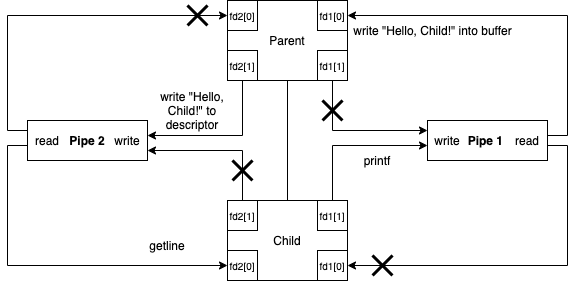
Before: COMS352/Homework2/images/COMS352HW2Q5.png, a diagram exported from draw.io (Legomanalec/Spring2021). Source tidied: cells renumbered, new cells last; positions are measured from the earlier drawing's top-left corner, leaving out a move shared by most shapes.
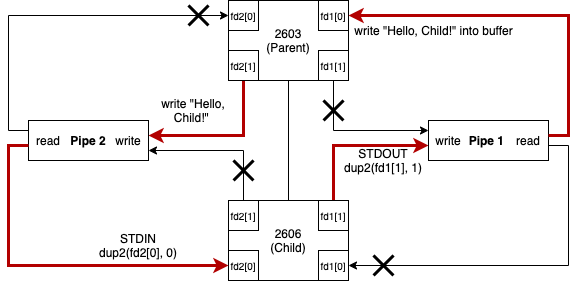
The same diagram one commit later.

Change to the diagram source:
```diff
@@ -2,10 +2,10 @@
   <root>
     <mxCell id="0" />
     <mxCell id="1" parent="0" />
-    <mxCell id="2" value="Parent" style="rounded=0;whiteSpace=wrap;html=1;" parent="1" vertex="1">
+    <mxCell id="2" value="2603&lt;br&gt;(Parent)" style="rounded=0;whiteSpace=wrap;html=1;" parent="1" vertex="1">
       <mxGeometry x="220" width="120" height="80" as="geometry" />
     </mxCell>
-    <mxCell id="3" value="Child" style="rounded=0;whiteSpace=wrap;html=1;" parent="1" vertex="1">
+    <mxCell id="3" value="2606&lt;br&gt;(Child)" style="rounded=0;whiteSpace=wrap;html=1;" parent="1" vertex="1">
       <mxGeometry x="220" y="200" width="120" height="80" as="geometry" />
     </mxCell>
     <mxCell id="4" style="edgeStyle=orthogonalEdgeStyle;rounded=0;jettySize=auto;html=1;exitX=0.5;exitY=0;exitDx=0;exitDy=0;entryX=1;entryY=0.75;entryDx=0;entryDy=0;" parent="1" edge="1" source="5" target="18">
@@ -18,13 +18,13 @@
     <mxCell id="5" value="&lt;font style=&quot;font-size: 10px&quot;&gt;fd2[1]&lt;/font&gt;" style="whiteSpace=wrap;html=1;" parent="1" vertex="1">
       <mxGeometry x="220" y="200" width="30" height="30" as="geometry" />
     </mxCell>
-    <mxCell id="6" style="edgeStyle=orthogonalEdgeStyle;rounded=0;jettySize=auto;html=1;exitX=0.5;exitY=0;exitDx=0;exitDy=0;entryX=0;entryY=0.75;entryDx=0;entryDy=0;" parent="1" edge="1" source="7" target="23">
+    <mxCell id="6" style="edgeStyle=orthogonalEdgeStyle;rounded=0;jettySize=auto;html=1;exitX=0.5;exitY=0;exitDx=0;exitDy=0;entryX=0;entryY=0.75;entryDx=0;entryDy=0;fillColor=#e51400;strokeColor=#B20000;strokeWidth=3;" parent="1" edge="1" source="7" target="23">
       <mxGeometry relative="1" as="geometry" />
     </mxCell>
     <mxCell id="7" value="&lt;font style=&quot;font-size: 10px&quot;&gt;fd1[1]&lt;/font&gt;" style="whiteSpace=wrap;html=1;" parent="1" vertex="1">
       <mxGeometry x="310" y="200" width="30" height="30" as="geometry" />
     </mxCell>
-    <mxCell id="8" style="edgeStyle=orthogonalEdgeStyle;rounded=0;jettySize=auto;html=1;exitX=0.5;exitY=1;exitDx=0;exitDy=0;entryX=1;entryY=0.25;entryDx=0;entryDy=0;" parent="1" edge="1" source="9" target="22">
+    <mxCell id="8" style="edgeStyle=orthogonalEdgeStyle;rounded=0;jettySize=auto;html=1;exitX=0.5;exitY=1;exitDx=0;exitDy=0;entryX=1;entryY=0.25;entryDx=0;entryDy=0;fillColor=#e51400;strokeColor=#B20000;strokeWidth=3;" parent="1" edge="1" source="9" target="22">
       <mxGeometry relative="1" as="geometry" />
     </mxCell>
     <mxCell id="9" value="&lt;font style=&quot;font-size: 10px&quot;&gt;fd2[1]&lt;/font&gt;" style="whiteSpace=wrap;html=1;" parent="1" vertex="1">
@@ -65,7 +65,7 @@
         </Array>
       </mxGeometry>
     </mxCell>
-    <mxCell id="20" style="edgeStyle=orthogonalEdgeStyle;rounded=0;jettySize=auto;html=1;exitX=0;exitY=0.75;exitDx=0;exitDy=0;entryX=0;entryY=0.5;entryDx=0;entryDy=0;" parent="1" edge="1" source="21" target="12">
+    <mxCell id="20" style="edgeStyle=orthogonalEdgeStyle;rounded=0;jettySize=auto;html=1;exitX=0;exitY=0.75;exitDx=0;exitDy=0;entryX=0;entryY=0.5;entryDx=0;entryDy=0;fillColor=#e51400;strokeColor=#B20000;strokeWidth=3;" parent="1" edge="1" source="21" target="12">
       <mxGeometry relative="1" as="geometry" />
     </mxCell>
     <mxCell id="21" value="read" style="text;html=1;strokeColor=none;fillColor=none;align=center;verticalAlign=middle;whiteSpace=wrap;rounded=0;" parent="1" vertex="1">
@@ -80,7 +80,7 @@
     <mxCell id="24" style="edgeStyle=orthogonalEdgeStyle;rounded=0;jettySize=auto;html=1;exitX=1;exitY=0.75;exitDx=0;exitDy=0;entryX=1;entryY=0.5;entryDx=0;entryDy=0;" parent="1" edge="1" source="26" target="13">
       <mxGeometry relative="1" as="geometry" />
     </mxCell>
-    <mxCell id="25" style="edgeStyle=orthogonalEdgeStyle;rounded=0;jettySize=auto;html=1;exitX=1;exitY=0.25;exitDx=0;exitDy=0;entryX=1;entryY=0.5;entryDx=0;entryDy=0;" parent="1" edge="1" source="26" target="15">
+    <mxCell id="25" style="edgeStyle=orthogonalEdgeStyle;rounded=0;jettySize=auto;html=1;exitX=1;exitY=0.25;exitDx=0;exitDy=0;entryX=1;entryY=0.5;entryDx=0;entryDy=0;fillColor=#e51400;strokeColor=#B20000;strokeWidth=3;" parent="1" edge="1" source="26" target="15">
       <mxGeometry relative="1" as="geometry" />
     </mxCell>
     <mxCell id="26" value="read" style="text;html=1;strokeColor=none;fillColor=none;align=center;verticalAlign=middle;whiteSpace=wrap;rounded=0;" parent="1" vertex="1">
@@ -98,13 +98,13 @@
     <mxCell id="30" style="shape=umlDestroy;whiteSpace=wrap;html=1;strokeWidth=3;" parent="1" vertex="1">
       <mxGeometry x="180" y="5" width="20" height="20" as="geometry" />
     </mxCell>
-    <mxCell id="31" value="printf" style="text;html=1;strokeColor=none;fillColor=none;align=center;verticalAlign=middle;whiteSpace=wrap;rounded=0;" parent="1" vertex="1">
-      <mxGeometry x="350" y="150" width="40" height="20" as="geometry" />
+    <mxCell id="31" value="STDOUT&lt;br&gt;dup2(fd1[1], 1)" style="text;html=1;strokeColor=none;fillColor=none;align=center;verticalAlign=middle;whiteSpace=wrap;rounded=0;" parent="1" vertex="1">
+      <mxGeometry x="325" y="150" width="100" height="20" as="geometry" />
     </mxCell>
-    <mxCell id="32" value="getline" style="text;html=1;strokeColor=none;fillColor=none;align=center;verticalAlign=middle;whiteSpace=wrap;rounded=0;" parent="1" vertex="1">
-      <mxGeometry x="140" y="235" width="40" height="20" as="geometry" />
+    <mxCell id="32" value="STDIN&lt;br&gt;dup2(fd2[0], 0)" style="text;html=1;strokeColor=none;fillColor=none;align=center;verticalAlign=middle;whiteSpace=wrap;rounded=0;" parent="1" vertex="1">
+      <mxGeometry x="80" y="235" width="100" height="20" as="geometry" />
     </mxCell>
-    <mxCell id="33" value="write &quot;Hello, Child!&quot; to descriptor" style="text;html=1;strokeColor=none;fillColor=none;align=center;verticalAlign=middle;whiteSpace=wrap;rounded=0;" parent="1" vertex="1">
+    <mxCell id="33" value="write &quot;Hello, Child!&quot;&amp;nbsp;" style="text;html=1;strokeColor=none;fillColor=none;align=center;verticalAlign=middle;whiteSpace=wrap;rounded=0;" parent="1" vertex="1">
       <mxGeometry x="140" y="100" width="90" height="20" as="geometry" />
     </mxCell>
     <mxCell id="34" value="write &quot;Hello, Child!&quot; into buffer" style="text;html=1;align=center;verticalAlign=middle;" parent="1" vertex="1">
```
